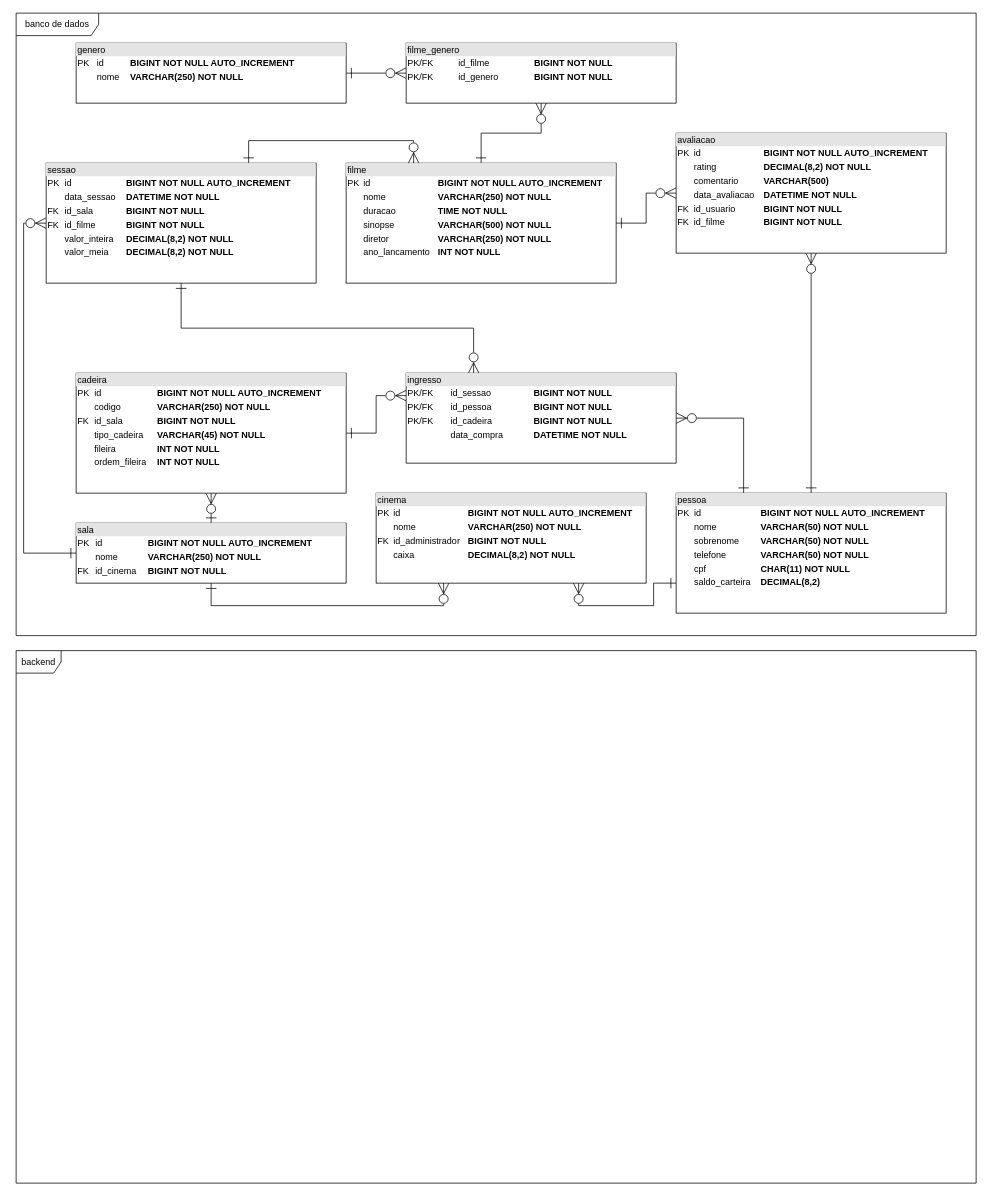
Before: page "EQ5" (5 of 8) of equipes.drawio in hannaBanannaOF/entra21-git-inicio, a draw.io diagram. Source tidied: cells renumbered, new cells numbered last; positions are measured from the earlier drawing's top-left corner, leaving out a move shared by most shapes. Both pictures are drawn from the tidied source at 75%, with x=0, y=0 at pixel (16, 13).
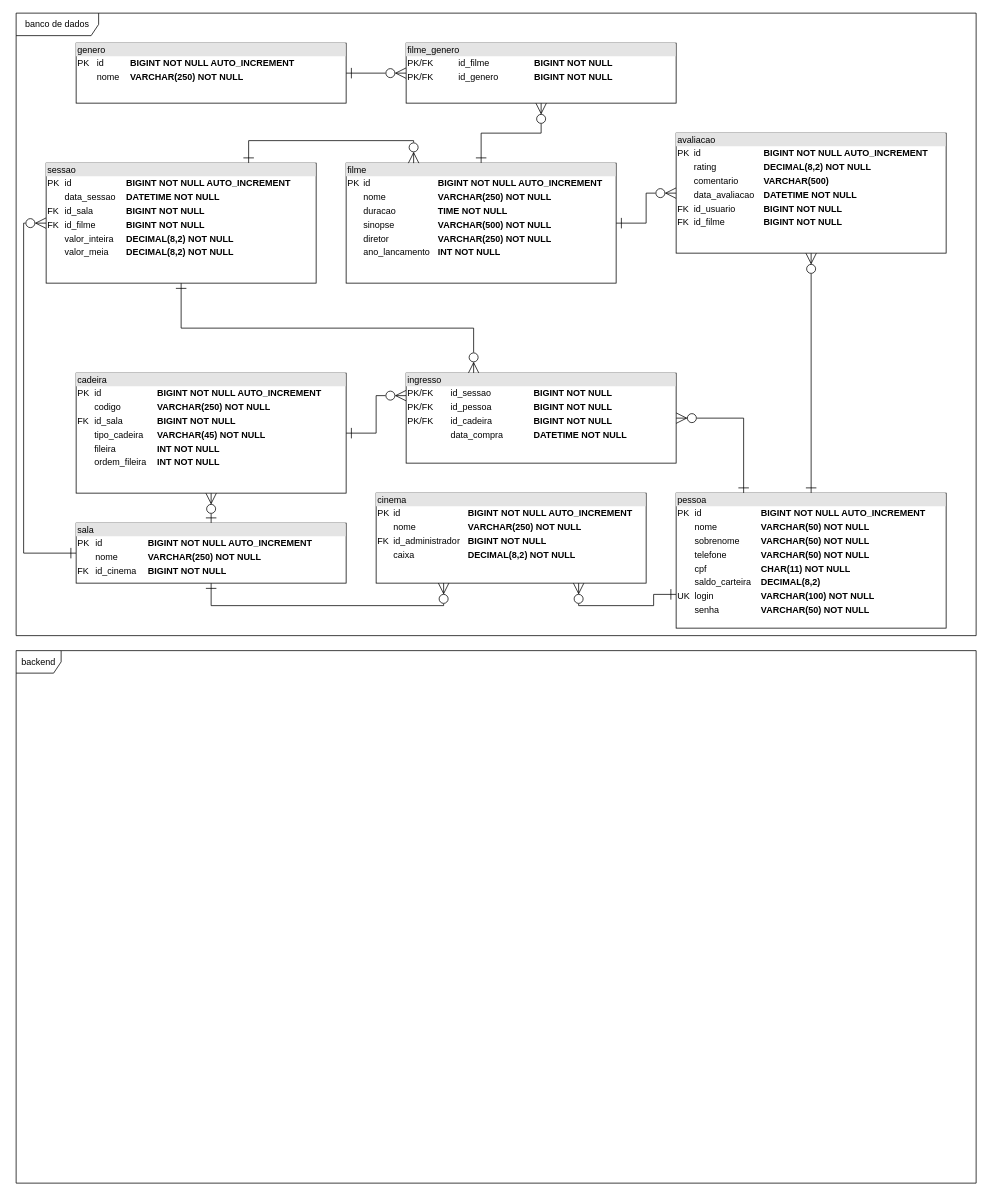
The same diagram, later.

The edit, as a diff of the source:
```diff
@@
-    <mxCell id="7" value="&lt;div style=&quot;box-sizing:border-box;width:100%;background:#e4e4e4;padding:2px;&quot;&gt;pessoa&lt;/div&gt;&lt;table style=&quot;width:100%;font-size:1em;&quot; cellpadding=&quot;2&quot; cellspacing=&quot;0&quot;&gt;&lt;tbody&gt;&lt;tr&gt;&lt;td&gt;PK&lt;/td&gt;&lt;td&gt;id&amp;nbsp;&lt;/td&gt;&lt;td&gt;&lt;b&gt;BIGINT&amp;nbsp;NOT NULL AUTO_INCREMENT&lt;/b&gt;&lt;br&gt;&lt;/td&gt;&lt;/tr&gt;&lt;tr&gt;&lt;td&gt;&lt;br&gt;&lt;/td&gt;&lt;td&gt;nome&amp;nbsp;&lt;br&gt;&lt;/td&gt;&lt;td&gt;&lt;b&gt;VARCHAR(50) NOT NULL&lt;/b&gt;&lt;br&gt;&lt;/td&gt;&lt;/tr&gt;&lt;tr&gt;&lt;td&gt;&lt;br&gt;&lt;/td&gt;&lt;td&gt;sobrenome&amp;nbsp;&lt;br&gt;&lt;/td&gt;&lt;td&gt;&lt;b&gt;VARCHAR(50) NOT NULL&lt;/b&gt;&lt;br&gt;&lt;/td&gt;&lt;/tr&gt;&lt;tr&gt;&lt;td&gt;&lt;br&gt;&lt;/td&gt;&lt;td&gt;telefone&lt;/td&gt;&lt;td&gt;&lt;b&gt;VARCHAR(50) NOT NULL&lt;/b&gt;&lt;/td&gt;&lt;/tr&gt;&lt;tr&gt;&lt;td&gt;&lt;br&gt;&lt;/td&gt;&lt;td&gt;cpf&lt;/td&gt;&lt;td&gt;&lt;b&gt;CHAR(11) NOT NULL&lt;/b&gt;&lt;/td&gt;&lt;/tr&gt;&lt;tr&gt;&lt;td&gt;&lt;br&gt;&lt;/td&gt;&lt;td&gt;saldo_carteira&lt;/td&gt;&lt;td&gt;&lt;b&gt;DECIMAL(8,2)&lt;/b&gt;&lt;/td&gt;&lt;/tr&gt;&lt;/tbody&gt;&lt;/table&gt;" style="verticalAlign=top;align=left;overflow=fill;html=1;" parent="1" vertex="1">
-      <mxGeometry x="880" y="640" width="360" height="160" as="geometry" />
+    <mxCell id="7" value="&lt;div style=&quot;box-sizing:border-box;width:100%;background:#e4e4e4;padding:2px;&quot;&gt;pessoa&lt;/div&gt;&lt;table style=&quot;width:100%;font-size:1em;&quot; cellpadding=&quot;2&quot; cellspacing=&quot;0&quot;&gt;&lt;tbody&gt;&lt;tr&gt;&lt;td&gt;PK&lt;/td&gt;&lt;td&gt;id&amp;nbsp;&lt;/td&gt;&lt;td&gt;&lt;b&gt;BIGINT&amp;nbsp;NOT NULL AUTO_INCREMENT&lt;/b&gt;&lt;br&gt;&lt;/td&gt;&lt;/tr&gt;&lt;tr&gt;&lt;td&gt;&lt;br&gt;&lt;/td&gt;&lt;td&gt;nome&amp;nbsp;&lt;br&gt;&lt;/td&gt;&lt;td&gt;&lt;b&gt;VARCHAR(50) NOT NULL&lt;/b&gt;&lt;br&gt;&lt;/td&gt;&lt;/tr&gt;&lt;tr&gt;&lt;td&gt;&lt;br&gt;&lt;/td&gt;&lt;td&gt;sobrenome&amp;nbsp;&lt;br&gt;&lt;/td&gt;&lt;td&gt;&lt;b&gt;VARCHAR(50) NOT NULL&lt;/b&gt;&lt;br&gt;&lt;/td&gt;&lt;/tr&gt;&lt;tr&gt;&lt;td&gt;&lt;br&gt;&lt;/td&gt;&lt;td&gt;telefone&lt;/td&gt;&lt;td&gt;&lt;b&gt;VARCHAR(50) NOT NULL&lt;/b&gt;&lt;/td&gt;&lt;/tr&gt;&lt;tr&gt;&lt;td&gt;&lt;br&gt;&lt;/td&gt;&lt;td&gt;cpf&lt;/td&gt;&lt;td&gt;&lt;b&gt;CHAR(11) NOT NULL&lt;/b&gt;&lt;/td&gt;&lt;/tr&gt;&lt;tr&gt;&lt;td&gt;&lt;br&gt;&lt;/td&gt;&lt;td&gt;saldo_carteira&lt;/td&gt;&lt;td&gt;&lt;b&gt;DECIMAL(8,2)&lt;/b&gt;&lt;/td&gt;&lt;/tr&gt;&lt;tr&gt;&lt;td&gt;UK&lt;/td&gt;&lt;td&gt;login&lt;/td&gt;&lt;td&gt;&lt;b&gt;VARCHAR(100) NOT NULL&lt;/b&gt;&lt;/td&gt;&lt;/tr&gt;&lt;tr&gt;&lt;td&gt;&lt;br&gt;&lt;/td&gt;&lt;td&gt;senha&lt;/td&gt;&lt;td&gt;&lt;b&gt;VARCHAR(50) NOT NULL&lt;/b&gt;&lt;/td&gt;&lt;/tr&gt;&lt;/tbody&gt;&lt;/table&gt;" style="verticalAlign=top;align=left;overflow=fill;html=1;" parent="1" vertex="1">
+      <mxGeometry x="880" y="640" width="360" height="180" as="geometry" />
     </mxCell>
```
